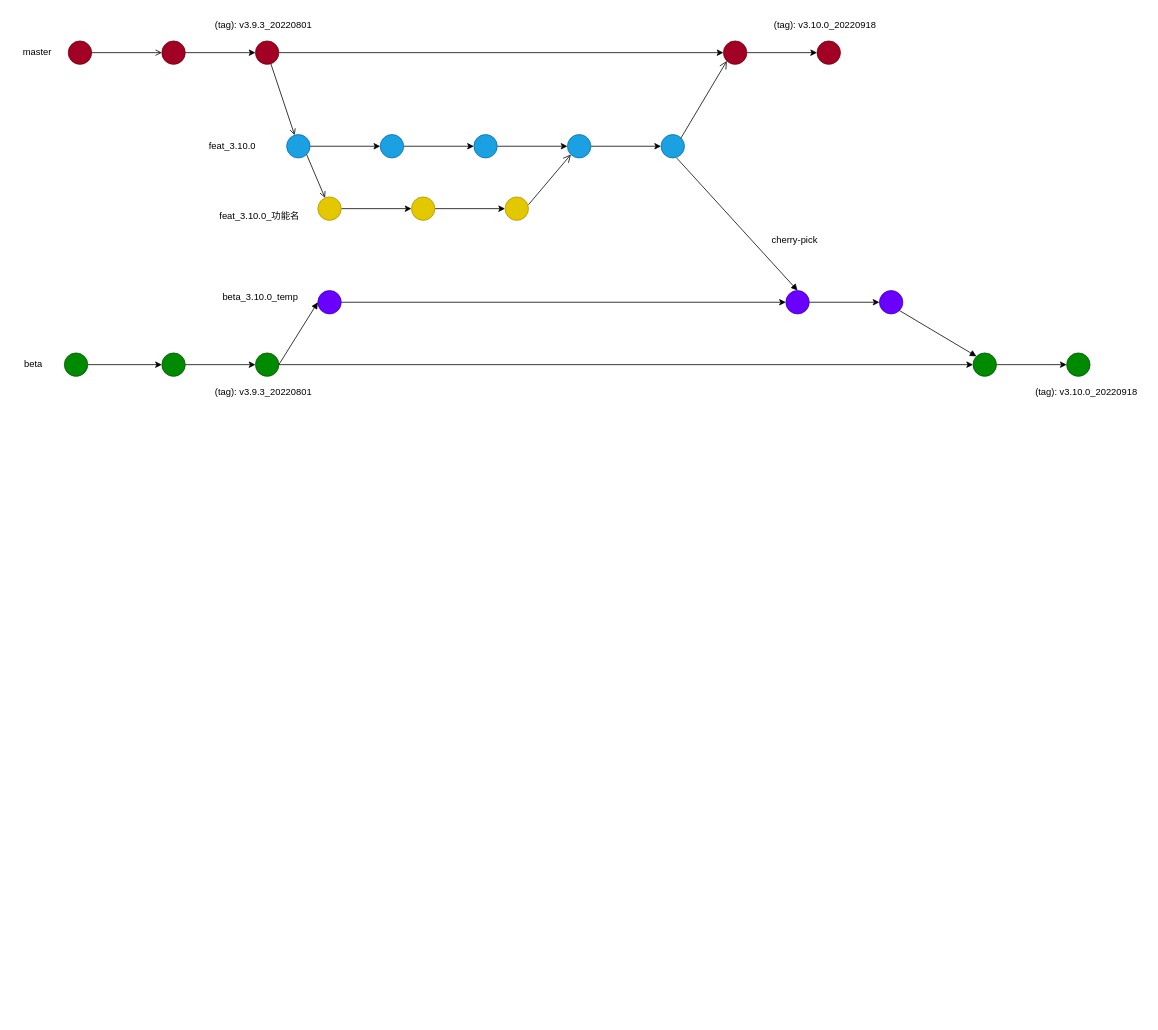
Before: 未命名绘图.drawio in BarinCode/just_write_about, a draw.io diagram. Source tidied: cells renumbered, new cells numbered last; positions are measured from the earlier drawing's top-left corner, leaving out a move shared by most shapes. Both pictures are drawn from the tidied source at 78%, with x=0, y=0 at pixel (13, 13).
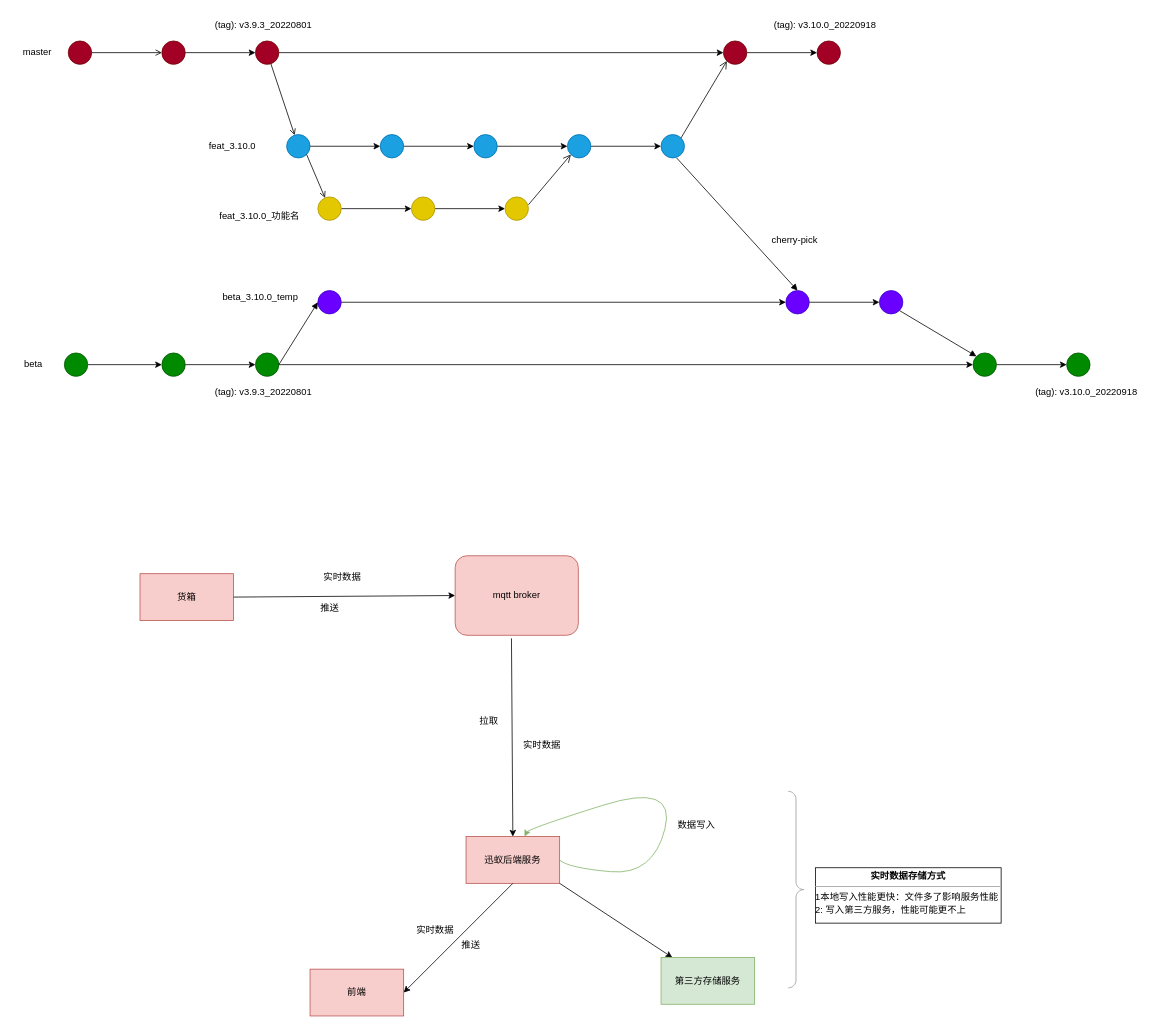
The same page after the edit.

Commit message:
更新未命名绘图.drawio

The edit, as a diff of the source:
```diff
@@
+    <mxCell id="56" value="货箱" style="rounded=0;whiteSpace=wrap;html=1;fillColor=#f8cecc;strokeColor=#b85450;" parent="1" vertex="1">
+      <mxGeometry x="162" y="718" width="120" height="60" as="geometry" />
+    </mxCell>
+    <mxCell id="57" style="edgeStyle=orthogonalEdgeStyle;rounded=0;orthogonalLoop=1;jettySize=auto;html=1;exitX=0.5;exitY=1;exitDx=0;exitDy=0;" parent="1" edge="1" source="56" target="56">
+      <mxGeometry relative="1" as="geometry" />
+    </mxCell>
+    <mxCell id="58" value="mqtt broker" style="rounded=1;whiteSpace=wrap;html=1;fillColor=#f8cecc;strokeColor=#b85450;" parent="1" vertex="1">
+      <mxGeometry x="566" y="695" width="158" height="102" as="geometry" />
+    </mxCell>
+    <mxCell id="59" style="endArrow=classic;html=1;rounded=0;exitX=1;exitY=0.5;exitDx=0;exitDy=0;entryX=0;entryY=0.5;entryDx=0;entryDy=0;" parent="1" edge="1" source="56" target="58">
+      <mxGeometry relative="1" as="geometry" />
+    </mxCell>
+    <mxCell id="60" value="实时数据" style="text;html=1;align=center;verticalAlign=middle;strokeColor=none;fillColor=none;" parent="1" vertex="1">
+      <mxGeometry x="388" y="710" width="66" height="26" as="geometry" />
+    </mxCell>
+    <mxCell id="61" value="迅蚁后端服务" style="rounded=0;whiteSpace=wrap;html=1;fillColor=#f8cecc;strokeColor=#b85450;" parent="1" vertex="1">
+      <mxGeometry x="580" y="1055" width="120" height="60" as="geometry" />
+    </mxCell>
+    <mxCell id="62" style="endArrow=classic;html=1;rounded=0;exitX=0.457;exitY=1.038;exitDx=0;exitDy=0;exitPerimeter=0;entryX=0.5;entryY=0;entryDx=0;entryDy=0;" parent="1" edge="1" source="58" target="61">
+      <mxGeometry relative="1" as="geometry" />
+    </mxCell>
+    <mxCell id="63" value="推送" style="text;html=1;align=center;verticalAlign=middle;strokeColor=none;fillColor=none;" parent="1" vertex="1">
+      <mxGeometry x="384" y="749" width="42" height="26" as="geometry" />
+    </mxCell>
+    <mxCell id="64" value="拉取" style="text;html=1;align=center;verticalAlign=middle;strokeColor=none;fillColor=none;" parent="1" vertex="1">
+      <mxGeometry x="588" y="894" width="42" height="26" as="geometry" />
+    </mxCell>
+    <mxCell id="65" value="实时数据" style="text;html=1;align=center;verticalAlign=middle;strokeColor=none;fillColor=none;" parent="1" vertex="1">
+      <mxGeometry x="644" y="925" width="66" height="26" as="geometry" />
+    </mxCell>
+    <mxCell id="66" value="前端" style="rounded=0;whiteSpace=wrap;html=1;fillColor=#f8cecc;strokeColor=#b85450;" parent="1" vertex="1">
+      <mxGeometry x="380" y="1225" width="120" height="60" as="geometry" />
+    </mxCell>
+    <mxCell id="67" style="endArrow=classic;html=1;rounded=0;exitX=0.5;exitY=1;exitDx=0;exitDy=0;entryX=1;entryY=0.5;entryDx=0;entryDy=0;" parent="1" edge="1" source="61" target="66">
+      <mxGeometry relative="1" as="geometry" />
+    </mxCell>
+    <mxCell id="68" value="推送" style="text;html=1;align=center;verticalAlign=middle;strokeColor=none;fillColor=none;" parent="1" vertex="1">
+      <mxGeometry x="561" y="1180" width="50" height="30" as="geometry" />
+    </mxCell>
+    <mxCell id="69" value="实时数据" style="text;html=1;align=center;verticalAlign=middle;strokeColor=none;fillColor=none;" parent="1" vertex="1">
+      <mxGeometry x="505" y="1160" width="70" height="30" as="geometry" />
+    </mxCell>
+    <mxCell id="70" style="curved=1;endArrow=classic;html=1;rounded=0;exitX=1;exitY=0.5;exitDx=0;exitDy=0;fillColor=#d5e8d4;strokeColor=#82b366;" parent="1" edge="1" source="61" target="61">
+      <mxGeometry relative="1" as="geometry">
+        <Array as="points">
+          <mxPoint x="710" y="1095" />
+          <mxPoint x="820" y="1105" />
+          <mxPoint x="850" y="985" />
+          <mxPoint x="660" y="1045" />
+        </Array>
+      </mxGeometry>
+    </mxCell>
+    <mxCell id="71" value="数据写入" style="text;html=1;align=center;verticalAlign=middle;strokeColor=none;fillColor=none;" parent="1" vertex="1">
+      <mxGeometry x="840" y="1025" width="70" height="30" as="geometry" />
+    </mxCell>
+    <mxCell id="72" style="endArrow=classic;html=1;rounded=0;exitX=1;exitY=1;exitDx=0;exitDy=0;" parent="1" edge="1" source="61" target="73">
+      <mxGeometry relative="1" as="geometry" />
+    </mxCell>
+    <mxCell id="73" value="第三方存储服务" style="rounded=0;whiteSpace=wrap;html=1;fillColor=#d5e8d4;strokeColor=#82b366;" parent="1" vertex="1">
+      <mxGeometry x="830" y="1210" width="120" height="60" as="geometry" />
+    </mxCell>
+    <mxCell id="74" style="labelPosition=right;align=left;strokeWidth=1;shape=mxgraph.mockup.markup.curlyBrace;html=1;shadow=0;dashed=0;strokeColor=#999999;direction=north;rotation=-180;" parent="1" vertex="1">
+      <mxGeometry x="993" y="997" width="20" height="252" as="geometry" />
+    </mxCell>
+    <mxCell id="75" value="&lt;p style=&quot;margin:0px;margin-top:4px;text-align:center;&quot;&gt;&lt;b&gt;实时数据存储方式&lt;/b&gt;&lt;/p&gt;&lt;hr size=&quot;1&quot;&gt;&lt;div style=&quot;height:2px;&quot;&gt;1本地写入性能更快：文件多了影响服务性能&lt;/div&gt;&lt;div style=&quot;height:2px;&quot;&gt;&lt;br&gt;&lt;/div&gt;&lt;div style=&quot;height:2px;&quot;&gt;&lt;br&gt;&lt;/div&gt;&lt;div style=&quot;height:2px;&quot;&gt;&lt;br&gt;&lt;/div&gt;&lt;div style=&quot;height:2px;&quot;&gt;&lt;br&gt;&lt;/div&gt;&lt;div style=&quot;height:2px;&quot;&gt;&lt;br&gt;&lt;/div&gt;&lt;div style=&quot;height:2px;&quot;&gt;&lt;br&gt;&lt;/div&gt;&lt;div style=&quot;height:2px;&quot;&gt;&lt;br&gt;&lt;/div&gt;&lt;div style=&quot;height:2px;&quot;&gt;2: 写入第三方服务，性能可能更不上&lt;/div&gt;" style="verticalAlign=top;align=left;overflow=fill;fontSize=12;fontFamily=Helvetica;html=1;" parent="1" vertex="1">
+      <mxGeometry x="1028" y="1095" width="238" height="71" as="geometry" />
+    </mxCell>
```
